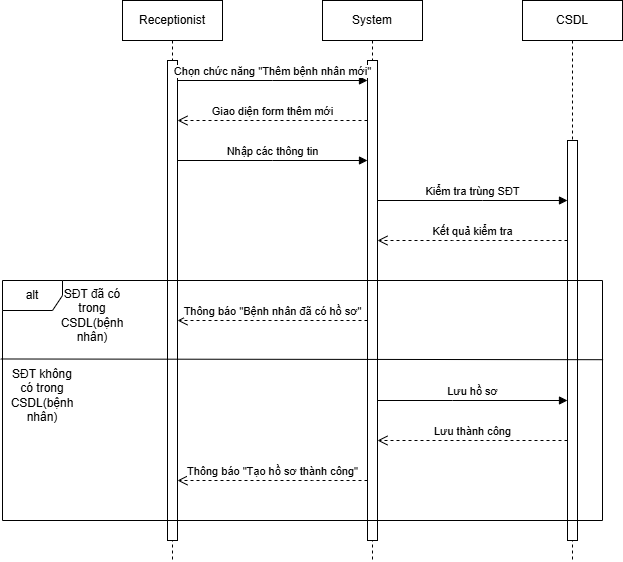
Before: Sequence32_5.drawio.png, a diagram exported from draw.io (Thiencc03-07-2006/PTIT_CNTT2_IT105_Project). Source tidied: cells renumbered, new cells last; positions are measured from the earlier drawing's top-left corner, leaving out a move shared by most shapes. The source it was exported from:
```xml
<mxGraphModel>
  <root>
    <mxCell id="0" />
    <mxCell id="1" parent="0" />
    <mxCell id="2" value="System" style="shape=umlLifeline;perimeter=lifelinePerimeter;whiteSpace=wrap;html=1;newEdgeStyle={&quot;curved&quot;:0,&quot;rounded&quot;:0};" parent="1" vertex="1">
      <mxGeometry x="320" width="100" height="560" as="geometry" />
    </mxCell>
    <mxCell id="3" style="html=1;points=[[0,0,0,0,5],[0,1,0,0,-5],[1,0,0,0,5],[1,1,0,0,-5]];perimeter=orthogonalPerimeter;outlineConnect=0;targetShapes=umlLifeline;portConstraint=eastwest;newEdgeStyle={&quot;curved&quot;:0,&quot;rounded&quot;:0};" parent="2" vertex="1">
      <mxGeometry x="45" y="60" width="10" height="480" as="geometry" />
    </mxCell>
    <mxCell id="4" value="CSDL" style="shape=umlLifeline;perimeter=lifelinePerimeter;whiteSpace=wrap;html=1;newEdgeStyle={&quot;curved&quot;:0,&quot;rounded&quot;:0};" parent="1" vertex="1">
      <mxGeometry x="520" width="100" height="560" as="geometry" />
    </mxCell>
    <mxCell id="5" style="html=1;points=[[0,0,0,0,5],[0,1,0,0,-5],[1,0,0,0,5],[1,1,0,0,-5]];perimeter=orthogonalPerimeter;outlineConnect=0;targetShapes=umlLifeline;portConstraint=eastwest;newEdgeStyle={&quot;curved&quot;:0,&quot;rounded&quot;:0};" parent="4" vertex="1">
      <mxGeometry x="45" y="140" width="10" height="400" as="geometry" />
    </mxCell>
    <mxCell id="6" value="Receptionist" style="shape=umlLifeline;perimeter=lifelinePerimeter;whiteSpace=wrap;html=1;newEdgeStyle={&quot;curved&quot;:0,&quot;rounded&quot;:0};" parent="1" vertex="1">
      <mxGeometry x="120" width="100" height="560" as="geometry" />
    </mxCell>
    <mxCell id="7" style="html=1;points=[[0,0,0,0,5],[0,1,0,0,-5],[1,0,0,0,5],[1,1,0,0,-5]];perimeter=orthogonalPerimeter;outlineConnect=0;targetShapes=umlLifeline;portConstraint=eastwest;newEdgeStyle={&quot;curved&quot;:0,&quot;rounded&quot;:0};" parent="6" vertex="1">
      <mxGeometry x="45" y="60" width="10" height="480" as="geometry" />
    </mxCell>
    <mxCell id="8" value="Chọn chức năng &quot;Thêm bệnh nhân mới&quot;" style="html=1;verticalAlign=bottom;endArrow=block;curved=0;rounded=0;" parent="1" edge="1" source="7" target="3">
      <mxGeometry relative="1" as="geometry">
        <Array as="points">
          <mxPoint x="270" y="80" />
        </Array>
      </mxGeometry>
    </mxCell>
    <mxCell id="9" value="Giao diện form thêm mới" style="html=1;verticalAlign=bottom;endArrow=open;dashed=1;endSize=8;curved=0;rounded=0;" parent="1" edge="1" source="3" target="7">
      <mxGeometry relative="1" as="geometry">
        <Array as="points">
          <mxPoint x="270" y="120" />
        </Array>
      </mxGeometry>
    </mxCell>
    <mxCell id="10" value="Nhập các thông tin" style="html=1;verticalAlign=bottom;endArrow=block;curved=0;rounded=0;" parent="1" edge="1" source="7" target="3">
      <mxGeometry relative="1" as="geometry">
        <Array as="points">
          <mxPoint x="270" y="160" />
        </Array>
      </mxGeometry>
    </mxCell>
    <mxCell id="11" value="Kiểm tra trùng SĐT" style="html=1;verticalAlign=bottom;endArrow=block;curved=0;rounded=0;" parent="1" edge="1" source="3" target="5">
      <mxGeometry relative="1" as="geometry">
        <Array as="points">
          <mxPoint x="480" y="200" />
        </Array>
      </mxGeometry>
    </mxCell>
    <mxCell id="12" value="alt" style="shape=umlFrame;whiteSpace=wrap;html=1;" parent="1" vertex="1">
      <mxGeometry y="280" width="600" height="240" as="geometry" />
    </mxCell>
    <mxCell id="13" value="SĐT đã có trong CSDL(bệnh nhân)" style="text;html=1;whiteSpace=wrap;strokeColor=none;fillColor=none;align=center;verticalAlign=middle;rounded=0;" parent="1" vertex="1">
      <mxGeometry x="60" y="300" width="60" height="30" as="geometry" />
    </mxCell>
    <mxCell id="14" value="Thông báo &quot;Bệnh nhân đã có hồ sơ&quot;" style="html=1;verticalAlign=bottom;endArrow=open;dashed=1;endSize=8;curved=0;rounded=0;" parent="1" edge="1" source="3" target="7">
      <mxGeometry relative="1" as="geometry">
        <Array as="points">
          <mxPoint x="270" y="320" />
        </Array>
      </mxGeometry>
    </mxCell>
    <mxCell id="15" style="endArrow=none;html=1;rounded=0;exitX=-0.003;exitY=0.327;exitDx=0;exitDy=0;exitPerimeter=0;entryX=1.001;entryY=0.33;entryDx=0;entryDy=0;entryPerimeter=0;" parent="1" edge="1" source="12" target="12">
      <mxGeometry relative="1" as="geometry" />
    </mxCell>
    <mxCell id="16" value="Kết quả kiểm tra" style="html=1;verticalAlign=bottom;endArrow=open;dashed=1;endSize=8;curved=0;rounded=0;" parent="1" edge="1" source="5" target="3">
      <mxGeometry relative="1" as="geometry">
        <Array as="points">
          <mxPoint x="450" y="240" />
        </Array>
      </mxGeometry>
    </mxCell>
    <mxCell id="17" value="SĐT không có trong CSDL(bệnh nhân)" style="text;html=1;whiteSpace=wrap;strokeColor=none;fillColor=none;align=center;verticalAlign=middle;rounded=0;" parent="1" vertex="1">
      <mxGeometry x="10" y="380" width="60" height="30" as="geometry" />
    </mxCell>
    <mxCell id="18" value="Lưu hồ sơ" style="html=1;verticalAlign=bottom;endArrow=block;curved=0;rounded=0;" parent="1" edge="1" source="3" target="5">
      <mxGeometry relative="1" as="geometry">
        <Array as="points">
          <mxPoint x="450" y="400" />
        </Array>
      </mxGeometry>
    </mxCell>
    <mxCell id="19" value="Thông báo &quot;Tạo hồ sơ thành công&quot;" style="html=1;verticalAlign=bottom;endArrow=open;dashed=1;endSize=8;curved=0;rounded=0;" parent="1" edge="1" source="3" target="7">
      <mxGeometry relative="1" as="geometry">
        <Array as="points">
          <mxPoint x="310" y="480" />
        </Array>
      </mxGeometry>
    </mxCell>
    <mxCell id="20" value="Lưu thành công" style="html=1;verticalAlign=bottom;endArrow=open;dashed=1;endSize=8;curved=0;rounded=0;" parent="1" edge="1" source="5" target="3">
      <mxGeometry relative="1" as="geometry">
        <Array as="points">
          <mxPoint x="440" y="440" />
        </Array>
      </mxGeometry>
    </mxCell>
  </root>
</mxGraphModel>
```
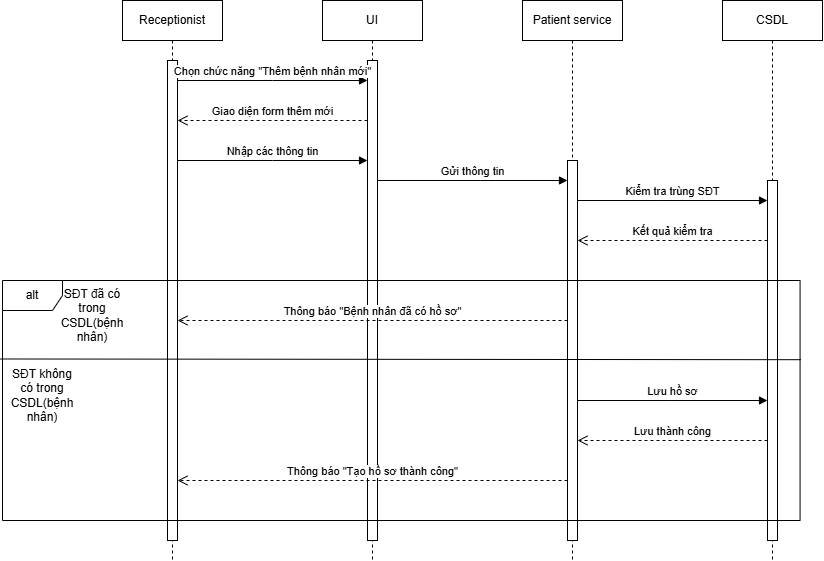
After the commit.

Diff of the diagram source:
```diff
@@ -2,59 +2,65 @@
   <root>
     <mxCell id="0" />
     <mxCell id="1" parent="0" />
-    <mxCell id="2" value="System" style="shape=umlLifeline;perimeter=lifelinePerimeter;whiteSpace=wrap;html=1;newEdgeStyle={&quot;curved&quot;:0,&quot;rounded&quot;:0};" parent="1" vertex="1">
-      <mxGeometry x="320" width="100" height="560" as="geometry" />
-    </mxCell>
-    <mxCell id="3" style="html=1;points=[[0,0,0,0,5],[0,1,0,0,-5],[1,0,0,0,5],[1,1,0,0,-5]];perimeter=orthogonalPerimeter;outlineConnect=0;targetShapes=umlLifeline;portConstraint=eastwest;newEdgeStyle={&quot;curved&quot;:0,&quot;rounded&quot;:0};" parent="2" vertex="1">
-      <mxGeometry x="45" y="60" width="10" height="480" as="geometry" />
-    </mxCell>
+    <mxCell id="21" value="Patient service" style="shape=umlLifeline;perimeter=lifelinePerimeter;whiteSpace=wrap;html=1;newEdgeStyle={&quot;curved&quot;:0,&quot;rounded&quot;:0};" parent="1" vertex="1">
+      <mxGeometry x="520" width="100" height="560" as="geometry" />
+    </mxCell>
+    <mxCell id="22" style="html=1;points=[[0,0,0,0,5],[0,1,0,0,-5],[1,0,0,0,5],[1,1,0,0,-5]];perimeter=orthogonalPerimeter;outlineConnect=0;targetShapes=umlLifeline;portConstraint=eastwest;newEdgeStyle={&quot;curved&quot;:0,&quot;rounded&quot;:0};" parent="21" vertex="1">
+      <mxGeometry x="45" y="160" width="10" height="380" as="geometry" />
+    </mxCell>
+    <mxCell id="23" value="UI" style="shape=umlLifeline;perimeter=lifelinePerimeter;whiteSpace=wrap;html=1;newEdgeStyle={&quot;curved&quot;:0,&quot;rounded&quot;:0};" parent="1" vertex="1">
+      <mxGeometry x="320" width="100" height="560" as="geometry" />
+    </mxCell>
+    <mxCell id="24" style="html=1;points=[[0,0,0,0,5],[0,1,0,0,-5],[1,0,0,0,5],[1,1,0,0,-5]];perimeter=orthogonalPerimeter;outlineConnect=0;targetShapes=umlLifeline;portConstraint=eastwest;newEdgeStyle={&quot;curved&quot;:0,&quot;rounded&quot;:0};" parent="23" vertex="1">
+      <mxGeometry x="45" y="60" width="10" height="480" as="geometry" />
+    </mxCell>
     <mxCell id="4" value="CSDL" style="shape=umlLifeline;perimeter=lifelinePerimeter;whiteSpace=wrap;html=1;newEdgeStyle={&quot;curved&quot;:0,&quot;rounded&quot;:0};" parent="1" vertex="1">
-      <mxGeometry x="520" width="100" height="560" as="geometry" />
+      <mxGeometry x="720" width="100" height="560" as="geometry" />
     </mxCell>
-    <mxCell id="5" style="html=1;points=[[0,0,0,0,5],[0,1,0,0,-5],[1,0,0,0,5],[1,1,0,0,-5]];perimeter=orthogonalPerimeter;outlineConnect=0;targetShapes=umlLifeline;portConstraint=eastwest;newEdgeStyle={&quot;curved&quot;:0,&quot;rounded&quot;:0};" parent="4" vertex="1">
-      <mxGeometry x="45" y="140" width="10" height="400" as="geometry" />
-    </mxCell>
+    <mxCell id="25" style="html=1;points=[[0,0,0,0,5],[0,1,0,0,-5],[1,0,0,0,5],[1,1,0,0,-5]];perimeter=orthogonalPerimeter;outlineConnect=0;targetShapes=umlLifeline;portConstraint=eastwest;newEdgeStyle={&quot;curved&quot;:0,&quot;rounded&quot;:0};" parent="4" vertex="1">
+      <mxGeometry x="45" y="180" width="10" height="360" as="geometry" />
+    </mxCell>
     <mxCell id="6" value="Receptionist" style="shape=umlLifeline;perimeter=lifelinePerimeter;whiteSpace=wrap;html=1;newEdgeStyle={&quot;curved&quot;:0,&quot;rounded&quot;:0};" parent="1" vertex="1">
       <mxGeometry x="120" width="100" height="560" as="geometry" />
     </mxCell>
-    <mxCell id="7" style="html=1;points=[[0,0,0,0,5],[0,1,0,0,-5],[1,0,0,0,5],[1,1,0,0,-5]];perimeter=orthogonalPerimeter;outlineConnect=0;targetShapes=umlLifeline;portConstraint=eastwest;newEdgeStyle={&quot;curved&quot;:0,&quot;rounded&quot;:0};" parent="6" vertex="1">
-      <mxGeometry x="45" y="60" width="10" height="480" as="geometry" />
-    </mxCell>
+    <mxCell id="26" style="html=1;points=[[0,0,0,0,5],[0,1,0,0,-5],[1,0,0,0,5],[1,1,0,0,-5]];perimeter=orthogonalPerimeter;outlineConnect=0;targetShapes=umlLifeline;portConstraint=eastwest;newEdgeStyle={&quot;curved&quot;:0,&quot;rounded&quot;:0};" parent="6" vertex="1">
+      <mxGeometry x="45" y="60" width="10" height="480" as="geometry" />
+    </mxCell>
-    <mxCell id="8" value="Chọn chức năng &quot;Thêm bệnh nhân mới&quot;" style="html=1;verticalAlign=bottom;endArrow=block;curved=0;rounded=0;" parent="1" edge="1" source="7" target="3">
+    <mxCell id="8" value="Chọn chức năng &quot;Thêm bệnh nhân mới&quot;" style="html=1;verticalAlign=bottom;endArrow=block;curved=0;rounded=0;" parent="1" edge="1" source="26" target="24">
       <mxGeometry relative="1" as="geometry">
         <Array as="points">
           <mxPoint x="270" y="80" />
         </Array>
       </mxGeometry>
     </mxCell>
-    <mxCell id="9" value="Giao diện form thêm mới" style="html=1;verticalAlign=bottom;endArrow=open;dashed=1;endSize=8;curved=0;rounded=0;" parent="1" edge="1" source="3" target="7">
+    <mxCell id="9" value="Giao diện form thêm mới" style="html=1;verticalAlign=bottom;endArrow=open;dashed=1;endSize=8;curved=0;rounded=0;" parent="1" edge="1" source="24" target="26">
       <mxGeometry relative="1" as="geometry">
         <Array as="points">
           <mxPoint x="270" y="120" />
         </Array>
       </mxGeometry>
     </mxCell>
-    <mxCell id="10" value="Nhập các thông tin" style="html=1;verticalAlign=bottom;endArrow=block;curved=0;rounded=0;" parent="1" edge="1" source="7" target="3">
+    <mxCell id="10" value="Nhập các thông tin" style="html=1;verticalAlign=bottom;endArrow=block;curved=0;rounded=0;" parent="1" edge="1" source="26" target="24">
       <mxGeometry relative="1" as="geometry">
         <Array as="points">
           <mxPoint x="270" y="160" />
         </Array>
       </mxGeometry>
     </mxCell>
-    <mxCell id="11" value="Kiểm tra trùng SĐT" style="html=1;verticalAlign=bottom;endArrow=block;curved=0;rounded=0;" parent="1" edge="1" source="3" target="5">
+    <mxCell id="11" value="Kiểm tra trùng SĐT" style="html=1;verticalAlign=bottom;endArrow=block;curved=0;rounded=0;" parent="1" edge="1" source="22" target="25">
       <mxGeometry relative="1" as="geometry">
         <Array as="points">
-          <mxPoint x="480" y="200" />
+          <mxPoint x="657.6" y="200" />
         </Array>
       </mxGeometry>
     </mxCell>
     <mxCell id="12" value="alt" style="shape=umlFrame;whiteSpace=wrap;html=1;" parent="1" vertex="1">
-      <mxGeometry y="280" width="600" height="240" as="geometry" />
+      <mxGeometry y="280" width="797.6" height="240" as="geometry" />
     </mxCell>
     <mxCell id="13" value="SĐT đã có trong CSDL(bệnh nhân)" style="text;html=1;whiteSpace=wrap;strokeColor=none;fillColor=none;align=center;verticalAlign=middle;rounded=0;" parent="1" vertex="1">
       <mxGeometry x="60" y="300" width="60" height="30" as="geometry" />
     </mxCell>
-    <mxCell id="14" value="Thông báo &quot;Bệnh nhân đã có hồ sơ&quot;" style="html=1;verticalAlign=bottom;endArrow=open;dashed=1;endSize=8;curved=0;rounded=0;" parent="1" edge="1" source="3" target="7">
+    <mxCell id="14" value="Thông báo &quot;Bệnh nhân đã có hồ sơ&quot;" style="html=1;verticalAlign=bottom;endArrow=open;dashed=1;endSize=8;curved=0;rounded=0;" parent="1" edge="1" source="22" target="26">
       <mxGeometry relative="1" as="geometry">
         <Array as="points">
           <mxPoint x="270" y="320" />
@@ -64,36 +70,44 @@
     <mxCell id="15" style="endArrow=none;html=1;rounded=0;exitX=-0.003;exitY=0.327;exitDx=0;exitDy=0;exitPerimeter=0;entryX=1.001;entryY=0.33;entryDx=0;entryDy=0;entryPerimeter=0;" parent="1" edge="1" source="12" target="12">
       <mxGeometry relative="1" as="geometry" />
     </mxCell>
-    <mxCell id="16" value="Kết quả kiểm tra" style="html=1;verticalAlign=bottom;endArrow=open;dashed=1;endSize=8;curved=0;rounded=0;" parent="1" edge="1" source="5" target="3">
+    <mxCell id="16" value="Kết quả kiểm tra" style="html=1;verticalAlign=bottom;endArrow=open;dashed=1;endSize=8;curved=0;rounded=0;" parent="1" edge="1" source="25" target="22">
       <mxGeometry relative="1" as="geometry">
         <Array as="points">
-          <mxPoint x="450" y="240" />
+          <mxPoint x="667.6" y="240" />
         </Array>
       </mxGeometry>
     </mxCell>
     <mxCell id="17" value="SĐT không có trong CSDL(bệnh nhân)" style="text;html=1;whiteSpace=wrap;strokeColor=none;fillColor=none;align=center;verticalAlign=middle;rounded=0;" parent="1" vertex="1">
       <mxGeometry x="10" y="380" width="60" height="30" as="geometry" />
     </mxCell>
-    <mxCell id="18" value="Lưu hồ sơ" style="html=1;verticalAlign=bottom;endArrow=block;curved=0;rounded=0;" parent="1" edge="1" source="3" target="5">
+    <mxCell id="18" value="Lưu hồ sơ" style="html=1;verticalAlign=bottom;endArrow=block;curved=0;rounded=0;" parent="1" edge="1" source="22" target="25">
       <mxGeometry relative="1" as="geometry">
         <Array as="points">
-          <mxPoint x="450" y="400" />
+          <mxPoint x="667.6" y="400" />
         </Array>
       </mxGeometry>
     </mxCell>
-    <mxCell id="19" value="Thông báo &quot;Tạo hồ sơ thành công&quot;" style="html=1;verticalAlign=bottom;endArrow=open;dashed=1;endSize=8;curved=0;rounded=0;" parent="1" edge="1" source="3" target="7">
+    <mxCell id="19" value="Thông báo &quot;Tạo hồ sơ thành công&quot;" style="html=1;verticalAlign=bottom;endArrow=open;dashed=1;endSize=8;curved=0;rounded=0;" parent="1" edge="1" source="22" target="26">
       <mxGeometry relative="1" as="geometry">
         <Array as="points">
-          <mxPoint x="310" y="480" />
+          <mxPoint x="317.6" y="480" />
+          <mxPoint x="287.6" y="480" />
         </Array>
       </mxGeometry>
     </mxCell>
-    <mxCell id="20" value="Lưu thành công" style="html=1;verticalAlign=bottom;endArrow=open;dashed=1;endSize=8;curved=0;rounded=0;" parent="1" edge="1" source="5" target="3">
+    <mxCell id="20" value="Lưu thành công" style="html=1;verticalAlign=bottom;endArrow=open;dashed=1;endSize=8;curved=0;rounded=0;" parent="1" edge="1" source="25" target="22">
       <mxGeometry relative="1" as="geometry">
         <Array as="points">
-          <mxPoint x="440" y="440" />
+          <mxPoint x="677.6" y="440" />
         </Array>
       </mxGeometry>
     </mxCell>
+    <mxCell id="27" value="Gửi thông tin" style="html=1;verticalAlign=bottom;endArrow=block;curved=0;rounded=0;" parent="1" edge="1" source="24" target="22">
+      <mxGeometry relative="1" as="geometry">
+        <Array as="points">
+          <mxPoint x="477.6" y="180" />
+        </Array>
+      </mxGeometry>
+    </mxCell>
   </root>
 </mxGraphModel>
```
